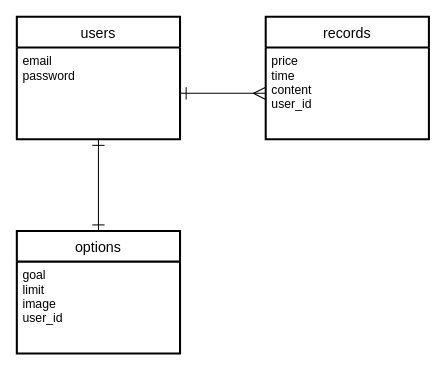
Before: stockpile.dio in umaumau/stockpile, a draw.io diagram. Source tidied: cells renumbered, new cells numbered last; positions are measured from the earlier drawing's top-left corner, leaving out a move shared by most shapes. Both pictures are drawn from the tidied source at 102%, with x=0, y=0 at pixel (16, 16).
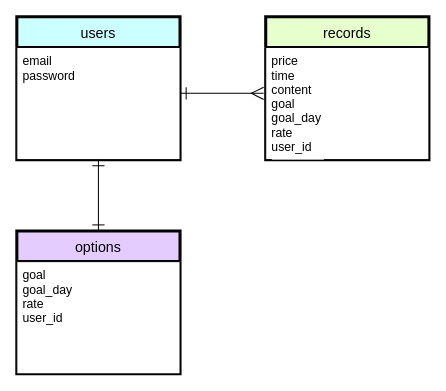
The same page after the edit.

Diff of the diagram source:
```diff
@@
-<mxGraphModel>
+<mxGraphModel background="#ffffff">
   <root>
     <mxCell id="0" />
     <mxCell id="1" parent="0" />
-    <mxCell id="2" value="users" style="swimlane;horizontal=1;startSize=30;rounded=0;fontSize=14;fontStyle=0;strokeWidth=2;shadow=0;dashed=0;align=center;" parent="1" vertex="1">
-      <mxGeometry width="160" height="120" as="geometry" />
+    <mxCell id="2" value="users" style="swimlane;horizontal=1;startSize=30;rounded=0;fontSize=14;fontStyle=0;strokeWidth=3;shadow=0;dashed=0;align=center;strokeColor=#000000;fontColor=#000000;labelBackgroundColor=none;fillColor=#CCFFFF;" parent="1" vertex="1">
+      <mxGeometry width="160" height="140" as="geometry" />
     </mxCell>
-    <mxCell id="3" value="email&#10;password" style="align=left;strokeColor=none;fillColor=none;spacingLeft=4;fontSize=12;verticalAlign=top;rounded=0;" parent="2" vertex="1">
-      <mxGeometry y="30" width="160" height="90" as="geometry" />
+    <mxCell id="3" value="email&#10;password" style="align=left;spacingLeft=4;fontSize=12;verticalAlign=top;rounded=0;strokeColor=#000000;fontColor=#000000;labelBackgroundColor=#FFFFFF;fillColor=#FFFFFF;" parent="2" vertex="1">
+      <mxGeometry y="30" width="160" height="110" as="geometry" />
     </mxCell>
-    <mxCell id="4" value="options" style="swimlane;horizontal=1;startSize=30;rounded=0;fontSize=14;fontStyle=0;strokeWidth=2;shadow=0;dashed=0;align=center;" parent="1" vertex="1">
-      <mxGeometry y="210" width="160" height="120" as="geometry" />
+    <mxCell id="4" value="options" style="swimlane;horizontal=1;startSize=30;rounded=0;fontSize=14;fontStyle=0;strokeWidth=3;shadow=0;dashed=0;align=center;strokeColor=#000000;fontColor=#000000;labelBackgroundColor=none;fillColor=#E5CCFF;" parent="1" vertex="1">
+      <mxGeometry y="210" width="160" height="140" as="geometry" />
     </mxCell>
-    <mxCell id="5" value="goal&#10;limit&#10;image&#10;user_id" style="align=left;strokeColor=none;fillColor=none;spacingLeft=4;fontSize=12;verticalAlign=top;rounded=0;" parent="4" vertex="1">
-      <mxGeometry y="30" width="160" height="90" as="geometry" />
+    <mxCell id="5" value="goal&#10;goal_day&#10;rate&#10;user_id" style="align=left;spacingLeft=4;fontSize=12;verticalAlign=top;rounded=0;strokeColor=#000000;fontColor=#000000;labelBackgroundColor=#FFFFFF;fillColor=#FFFFFF;" parent="4" vertex="1">
+      <mxGeometry y="30" width="160" height="110" as="geometry" />
     </mxCell>
-    <mxCell id="6" value="records" style="swimlane;horizontal=1;startSize=30;rounded=0;fontSize=14;fontStyle=0;strokeWidth=2;shadow=0;dashed=0;align=center;" parent="1" vertex="1">
-      <mxGeometry x="244" width="160" height="120" as="geometry" />
+    <mxCell id="6" value="records" style="swimlane;horizontal=1;startSize=30;rounded=0;fontSize=14;fontStyle=0;strokeWidth=3;shadow=0;dashed=0;align=center;strokeColor=#000000;fontColor=#000000;labelBackgroundColor=none;fillColor=#E6FFCC;" parent="1" vertex="1">
+      <mxGeometry x="244" width="160" height="140" as="geometry" />
     </mxCell>
-    <mxCell id="7" value="price&#10;time&#10;content&#10;user_id" style="align=left;strokeColor=none;fillColor=none;spacingLeft=4;fontSize=12;verticalAlign=top;rounded=0;" parent="6" vertex="1">
-      <mxGeometry y="30" width="160" height="90" as="geometry" />
+    <mxCell id="7" value="price&#10;time&#10;content&#10;goal&#10;goal_day&#10;rate&#10;user_id" style="align=left;spacingLeft=4;fontSize=12;verticalAlign=top;rounded=0;strokeColor=#000000;fontColor=#000000;labelBackgroundColor=#FFFFFF;fillColor=#FFFFFF;" parent="6" vertex="1">
+      <mxGeometry y="30" width="160" height="110" as="geometry" />
     </mxCell>
-    <mxCell id="8" style="edgeStyle=none;jumpSize=10;html=1;exitX=0.5;exitY=1;exitDx=0;exitDy=0;entryX=0.5;entryY=0;entryDx=0;entryDy=0;startArrow=ERone;startFill=0;startSize=10;endSize=10;sourcePerimeterSpacing=0;targetPerimeterSpacing=0;endArrow=ERone;endFill=0;" parent="1" edge="1" source="3" target="4">
+    <mxCell id="8" style="edgeStyle=none;jumpSize=10;html=1;exitX=0.5;exitY=1;exitDx=0;exitDy=0;entryX=0.5;entryY=0;entryDx=0;entryDy=0;startArrow=ERone;startFill=0;startSize=10;endSize=10;sourcePerimeterSpacing=0;targetPerimeterSpacing=0;endArrow=ERone;endFill=0;strokeColor=#000000;fontColor=#000000;labelBackgroundColor=#FFFFFF;fillColor=#FFFFFF;" parent="1" edge="1" source="3" target="4">
       <mxGeometry relative="1" as="geometry" />
     </mxCell>
-    <mxCell id="9" style="edgeStyle=none;jumpSize=10;html=1;exitX=1;exitY=0.5;exitDx=0;exitDy=0;entryX=0;entryY=0.5;entryDx=0;entryDy=0;startArrow=ERone;startFill=0;endArrow=ERmany;endFill=0;startSize=10;endSize=10;sourcePerimeterSpacing=0;targetPerimeterSpacing=0;" parent="1" edge="1" source="3" target="7">
-      <mxGeometry relative="1" as="geometry" />
+    <mxCell id="9" style="edgeStyle=none;jumpSize=10;html=1;exitX=1;exitY=0.409;exitDx=0;exitDy=0;startArrow=ERone;startFill=0;endArrow=ERmany;endFill=0;startSize=10;endSize=10;sourcePerimeterSpacing=0;targetPerimeterSpacing=0;exitPerimeter=0;strokeColor=#000000;fontColor=#000000;labelBackgroundColor=#FFFFFF;fillColor=#FFFFFF;" parent="1" edge="1" source="3">
+      <mxGeometry relative="1" as="geometry">
+        <mxPoint x="242" y="75" as="targetPoint" />
+      </mxGeometry>
     </mxCell>
   </root>
 </mxGraphModel>
```
